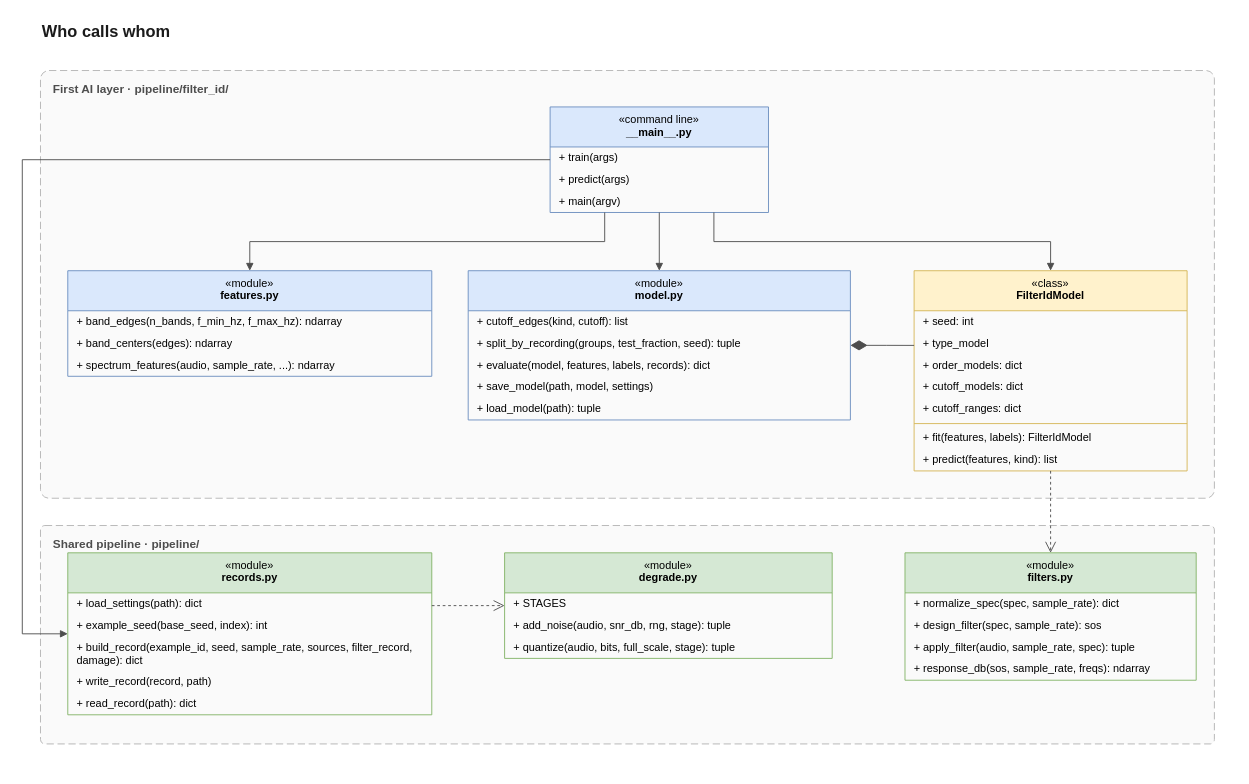
Above: page "1 · Code structure" (1 of 5) of docs/code-map/filter-id-code-map.drawio in Dialovos/fpga-audio-source-classifier (draw.io), before the change. Source tidied: cells renumbered, new cells numbered last; positions are measured from the earlier drawing's top-left corner, leaving out a move shared by most shapes. Both pictures are drawn from the tidied source at 91%, with x=0, y=0 at pixel (22, 15).
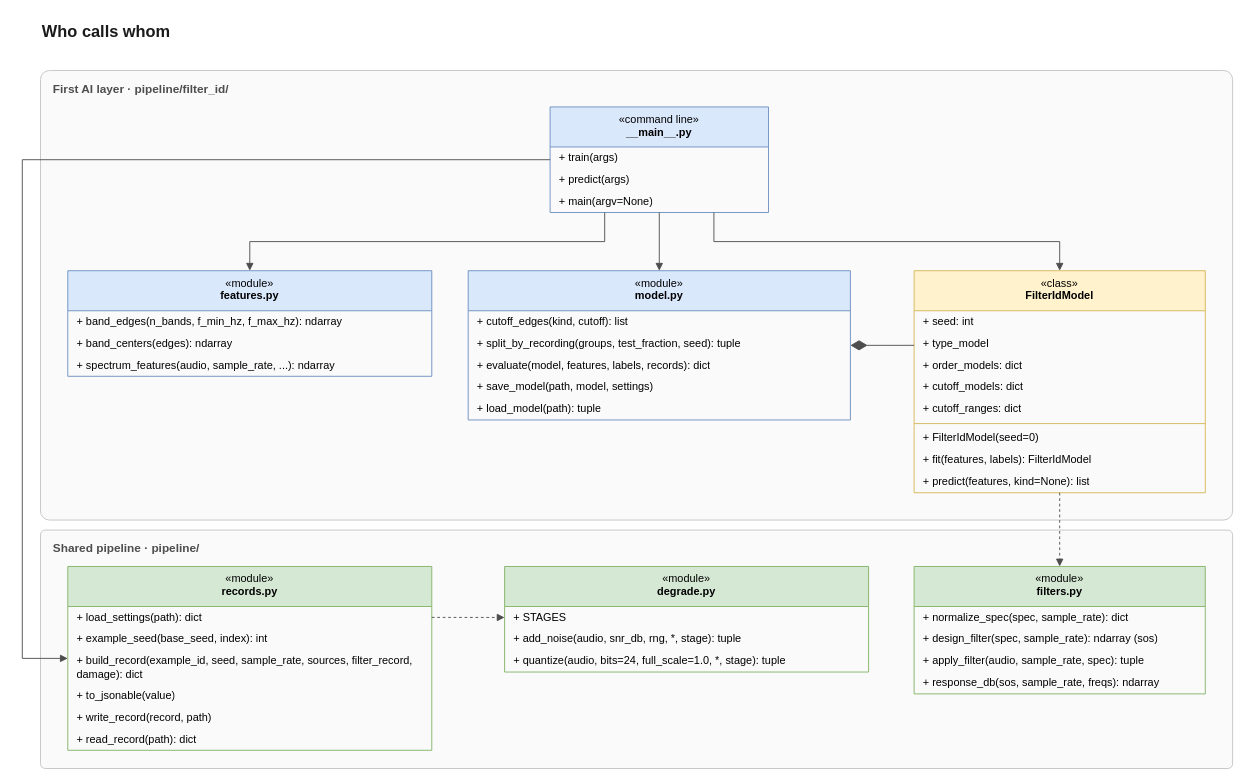
The same page after the edit.

The change refers to these unchanged cells:
```xml
<mxCell id="5" value="«command line»&lt;br&gt;&lt;b&gt;__main__.py&lt;/b&gt;" style="swimlane;fontStyle=0;align=center;verticalAlign=top;horizontal=1;startSize=44;whiteSpace=wrap;html=1;fontSize=12;fillColor=#dae8fc;strokeColor=#6c8ebf;" parent="1" vertex="1">
  <mxGeometry x="580" y="100" width="240" height="116" as="geometry" />
</mxCell>
<mxCell id="9" value="«module»&lt;br&gt;&lt;b&gt;features.py&lt;/b&gt;" style="swimlane;fontStyle=0;align=center;verticalAlign=top;horizontal=1;startSize=44;whiteSpace=wrap;html=1;fontSize=12;fillColor=#dae8fc;strokeColor=#6c8ebf;" parent="1" vertex="1">
  <mxGeometry x="50" y="280" width="400" height="116" as="geometry" />
</mxCell>
<mxCell id="13" value="«module»&lt;br&gt;&lt;b&gt;model.py&lt;/b&gt;" style="swimlane;fontStyle=0;align=center;verticalAlign=top;horizontal=1;startSize=44;whiteSpace=wrap;html=1;fontSize=12;fillColor=#dae8fc;strokeColor=#6c8ebf;" parent="1" vertex="1">
  <mxGeometry x="490" y="280" width="420" height="164" as="geometry" />
</mxCell>
```

What changed in the source:
```diff
@@
-    <mxCell id="3" value="First AI layer  ·  pipeline/filter_id/" style="rounded=1;arcSize=2;whiteSpace=wrap;html=1;dashed=1;dashPattern=8 4;fillColor=#fafafa;strokeColor=#b3b3b3;verticalAlign=top;align=left;spacingLeft=12;spacingTop=6;fontStyle=1;fontSize=13;fontColor=#4d4d4d;" parent="1" vertex="1">
-      <mxGeometry x="20" y="60" width="1290" height="470" as="geometry" />
+    <mxCell id="3" value="First AI layer  ·  pipeline/filter_id/" style="rounded=1;arcSize=2;whiteSpace=wrap;html=1;fillColor=#fafafa;strokeColor=#c4c4c4;verticalAlign=top;align=left;spacingLeft=12;spacingTop=6;fontStyle=1;fontSize=13;fontColor=#4d4d4d;" parent="1" vertex="1">
+      <mxGeometry x="20" y="60" width="1310" height="494" as="geometry" />
     </mxCell>
-    <mxCell id="4" value="Shared pipeline  ·  pipeline/" style="rounded=1;arcSize=2;whiteSpace=wrap;html=1;dashed=1;dashPattern=8 4;fillColor=#fafafa;strokeColor=#b3b3b3;verticalAlign=top;align=left;spacingLeft=12;spacingTop=6;fontStyle=1;fontSize=13;fontColor=#4d4d4d;" parent="1" vertex="1">
-      <mxGeometry x="20" y="560" width="1290" height="240" as="geometry" />
+    <mxCell id="4" value="Shared pipeline  ·  pipeline/" style="rounded=1;arcSize=2;whiteSpace=wrap;html=1;fillColor=#fafafa;strokeColor=#c4c4c4;verticalAlign=top;align=left;spacingLeft=12;spacingTop=6;fontStyle=1;fontSize=13;fontColor=#4d4d4d;" parent="1" vertex="1">
+      <mxGeometry x="20" y="565" width="1310" height="262" as="geometry" />
     </mxCell>
@@
-    <mxCell id="8" value="+ main(argv)" style="text;strokeColor=none;fillColor=none;align=left;verticalAlign=middle;spacingLeft=8;spacingRight=6;overflow=hidden;whiteSpace=wrap;html=1;fontSize=12;" parent="5" vertex="1">
+    <mxCell id="8" value="+ main(argv=None)" style="text;strokeColor=none;fillColor=none;align=left;verticalAlign=middle;spacingLeft=8;spacingRight=6;overflow=hidden;whiteSpace=wrap;html=1;fontSize=12;" parent="5" vertex="1">
       <mxGeometry y="92" width="240" height="24" as="geometry" />
     </mxCell>
@@
     <mxCell id="19" value="«class»&lt;br&gt;&lt;b&gt;FilterIdModel&lt;/b&gt;" style="swimlane;fontStyle=0;align=center;verticalAlign=top;horizontal=1;startSize=44;whiteSpace=wrap;html=1;fontSize=12;fillColor=#fff2cc;strokeColor=#d6b656;" parent="1" vertex="1">
-      <mxGeometry x="980" y="280" width="300" height="220" as="geometry" />
+      <mxGeometry x="980" y="280" width="320" height="244" as="geometry" />
     </mxCell>
     <mxCell id="20" value="+ seed: int" style="text;strokeColor=none;fillColor=none;align=left;verticalAlign=middle;spacingLeft=8;spacingRight=6;overflow=hidden;whiteSpace=wrap;html=1;fontSize=12;" parent="19" vertex="1">
-      <mxGeometry y="44" width="300" height="24" as="geometry" />
+      <mxGeometry y="44" width="320" height="24" as="geometry" />
     </mxCell>
     <mxCell id="21" value="+ type_model" style="text;strokeColor=none;fillColor=none;align=left;verticalAlign=middle;spacingLeft=8;spacingRight=6;overflow=hidden;whiteSpace=wrap;html=1;fontSize=12;" parent="19" vertex="1">
-      <mxGeometry y="68" width="300" height="24" as="geometry" />
+      <mxGeometry y="68" width="320" height="24" as="geometry" />
     </mxCell>
     <mxCell id="22" value="+ order_models: dict" style="text;strokeColor=none;fillColor=none;align=left;verticalAlign=middle;spacingLeft=8;spacingRight=6;overflow=hidden;whiteSpace=wrap;html=1;fontSize=12;" parent="19" vertex="1">
-      <mxGeometry y="92" width="300" height="24" as="geometry" />
+      <mxGeometry y="92" width="320" height="24" as="geometry" />
     </mxCell>
     <mxCell id="23" value="+ cutoff_models: dict" style="text;strokeColor=none;fillColor=none;align=left;verticalAlign=middle;spacingLeft=8;spacingRight=6;overflow=hidden;whiteSpace=wrap;html=1;fontSize=12;" parent="19" vertex="1">
-      <mxGeometry y="116" width="300" height="24" as="geometry" />
+      <mxGeometry y="116" width="320" height="24" as="geometry" />
     </mxCell>
     <mxCell id="24" value="+ cutoff_ranges: dict" style="text;strokeColor=none;fillColor=none;align=left;verticalAlign=middle;spacingLeft=8;spacingRight=6;overflow=hidden;whiteSpace=wrap;html=1;fontSize=12;" parent="19" vertex="1">
-      <mxGeometry y="140" width="300" height="24" as="geometry" />
+      <mxGeometry y="140" width="320" height="24" as="geometry" />
     </mxCell>
     <mxCell id="25" style="line;strokeWidth=1;fillColor=none;align=left;verticalAlign=middle;spacingTop=-1;spacingLeft=3;spacingRight=3;labelPosition=right;strokeColor=inherit;html=1;" parent="19" vertex="1">
-      <mxGeometry y="164" width="300" height="8" as="geometry" />
+      <mxGeometry y="164" width="320" height="8" as="geometry" />
     </mxCell>
-    <mxCell id="26" value="+ fit(features, labels): FilterIdModel" style="text;strokeColor=none;fillColor=none;align=left;verticalAlign=middle;spacingLeft=8;spacingRight=6;overflow=hidden;whiteSpace=wrap;html=1;fontSize=12;" parent="19" vertex="1">
-      <mxGeometry y="172" width="300" height="24" as="geometry" />
+    <mxCell id="26" value="+ FilterIdModel(seed=0)" style="text;strokeColor=none;fillColor=none;align=left;verticalAlign=middle;spacingLeft=8;spacingRight=6;overflow=hidden;whiteSpace=wrap;html=1;fontSize=12;" parent="19" vertex="1">
+      <mxGeometry y="172" width="320" height="24" as="geometry" />
     </mxCell>
-    <mxCell id="27" value="+ predict(features, kind): list" style="text;strokeColor=none;fillColor=none;align=left;verticalAlign=middle;spacingLeft=8;spacingRight=6;overflow=hidden;whiteSpace=wrap;html=1;fontSize=12;" parent="19" vertex="1">
-      <mxGeometry y="196" width="300" height="24" as="geometry" />
+    <mxCell id="27" value="+ fit(features, labels): FilterIdModel" style="text;strokeColor=none;fillColor=none;align=left;verticalAlign=middle;spacingLeft=8;spacingRight=6;overflow=hidden;whiteSpace=wrap;html=1;fontSize=12;" parent="19" vertex="1">
+      <mxGeometry y="196" width="320" height="24" as="geometry" />
     </mxCell>
+    <mxCell id="50" value="+ predict(features, kind=None): list" style="text;strokeColor=none;fillColor=none;align=left;verticalAlign=middle;spacingLeft=8;spacingRight=6;overflow=hidden;whiteSpace=wrap;html=1;fontSize=12;" parent="19" vertex="1">
+      <mxGeometry y="220" width="320" height="24" as="geometry" />
+    </mxCell>
     <mxCell id="28" value="«module»&lt;br&gt;&lt;b&gt;records.py&lt;/b&gt;" style="swimlane;fontStyle=0;align=center;verticalAlign=top;horizontal=1;startSize=44;whiteSpace=wrap;html=1;fontSize=12;fillColor=#d5e8d4;strokeColor=#82b366;" parent="1" vertex="1">
-      <mxGeometry x="50" y="590" width="400" height="178" as="geometry" />
+      <mxGeometry x="50" y="605" width="400" height="202" as="geometry" />
     </mxCell>
@@
-    <mxCell id="32" value="+ write_record(record, path)" style="text;strokeColor=none;fillColor=none;align=left;verticalAlign=middle;spacingLeft=8;spacingRight=6;overflow=hidden;whiteSpace=wrap;html=1;fontSize=12;" parent="28" vertex="1">
+    <mxCell id="32" value="+ to_jsonable(value)" style="text;strokeColor=none;fillColor=none;align=left;verticalAlign=middle;spacingLeft=8;spacingRight=6;overflow=hidden;whiteSpace=wrap;html=1;fontSize=12;" parent="28" vertex="1">
       <mxGeometry y="130" width="400" height="24" as="geometry" />
     </mxCell>
-    <mxCell id="33" value="+ read_record(path): dict" style="text;strokeColor=none;fillColor=none;align=left;verticalAlign=middle;spacingLeft=8;spacingRight=6;overflow=hidden;whiteSpace=wrap;html=1;fontSize=12;" parent="28" vertex="1">
+    <mxCell id="33" value="+ write_record(record, path)" style="text;strokeColor=none;fillColor=none;align=left;verticalAlign=middle;spacingLeft=8;spacingRight=6;overflow=hidden;whiteSpace=wrap;html=1;fontSize=12;" parent="28" vertex="1">
       <mxGeometry y="154" width="400" height="24" as="geometry" />
     </mxCell>
+    <mxCell id="51" value="+ read_record(path): dict" style="text;strokeColor=none;fillColor=none;align=left;verticalAlign=middle;spacingLeft=8;spacingRight=6;overflow=hidden;whiteSpace=wrap;html=1;fontSize=12;" parent="28" vertex="1">
+      <mxGeometry y="178" width="400" height="24" as="geometry" />
+    </mxCell>
     <mxCell id="34" value="«module»&lt;br&gt;&lt;b&gt;degrade.py&lt;/b&gt;" style="swimlane;fontStyle=0;align=center;verticalAlign=top;horizontal=1;startSize=44;whiteSpace=wrap;html=1;fontSize=12;fillColor=#d5e8d4;strokeColor=#82b366;" parent="1" vertex="1">
-      <mxGeometry x="530" y="590" width="360" height="116" as="geometry" />
+      <mxGeometry x="530" y="605" width="400" height="116" as="geometry" />
     </mxCell>
     <mxCell id="35" value="+ STAGES" style="text;strokeColor=none;fillColor=none;align=left;verticalAlign=middle;spacingLeft=8;spacingRight=6;overflow=hidden;whiteSpace=wrap;html=1;fontSize=12;" parent="34" vertex="1">
-      <mxGeometry y="44" width="360" height="24" as="geometry" />
+      <mxGeometry y="44" width="400" height="24" as="geometry" />
     </mxCell>
-    <mxCell id="36" value="+ add_noise(audio, snr_db, rng, stage): tuple" style="text;strokeColor=none;fillColor=none;align=left;verticalAlign=middle;spacingLeft=8;spacingRight=6;overflow=hidden;whiteSpace=wrap;html=1;fontSize=12;" parent="34" vertex="1">
-      <mxGeometry y="68" width="360" height="24" as="geometry" />
+    <mxCell id="36" value="+ add_noise(audio, snr_db, rng, *, stage): tuple" style="text;strokeColor=none;fillColor=none;align=left;verticalAlign=middle;spacingLeft=8;spacingRight=6;overflow=hidden;whiteSpace=wrap;html=1;fontSize=12;" parent="34" vertex="1">
+      <mxGeometry y="68" width="400" height="24" as="geometry" />
     </mxCell>
-    <mxCell id="37" value="+ quantize(audio, bits, full_scale, stage): tuple" style="text;strokeColor=none;fillColor=none;align=left;verticalAlign=middle;spacingLeft=8;spacingRight=6;overflow=hidden;whiteSpace=wrap;html=1;fontSize=12;" parent="34" vertex="1">
-      <mxGeometry y="92" width="360" height="24" as="geometry" />
+    <mxCell id="37" value="+ quantize(audio, bits=24, full_scale=1.0, *, stage): tuple" style="text;strokeColor=none;fillColor=none;align=left;verticalAlign=middle;spacingLeft=8;spacingRight=6;overflow=hidden;whiteSpace=wrap;html=1;fontSize=12;" parent="34" vertex="1">
+      <mxGeometry y="92" width="400" height="24" as="geometry" />
     </mxCell>
     <mxCell id="38" value="«module»&lt;br&gt;&lt;b&gt;filters.py&lt;/b&gt;" style="swimlane;fontStyle=0;align=center;verticalAlign=top;horizontal=1;startSize=44;whiteSpace=wrap;html=1;fontSize=12;fillColor=#d5e8d4;strokeColor=#82b366;" parent="1" vertex="1">
-      <mxGeometry x="970" y="590" width="320" height="140" as="geometry" />
+      <mxGeometry x="980" y="605" width="320" height="140" as="geometry" />
     </mxCell>
@@
-    <mxCell id="40" value="+ design_filter(spec, sample_rate): sos" style="text;strokeColor=none;fillColor=none;align=left;verticalAlign=middle;spacingLeft=8;spacingRight=6;overflow=hidden;whiteSpace=wrap;html=1;fontSize=12;" parent="38" vertex="1">
+    <mxCell id="40" value="+ design_filter(spec, sample_rate): ndarray (sos)" style="text;strokeColor=none;fillColor=none;align=left;verticalAlign=middle;spacingLeft=8;spacingRight=6;overflow=hidden;whiteSpace=wrap;html=1;fontSize=12;" parent="38" vertex="1">
       <mxGeometry y="68" width="320" height="24" as="geometry" />
     </mxCell>
@@
-    <mxCell id="43" style="edgeStyle=orthogonalEdgeStyle;rounded=0;jettySize=auto;html=1;strokeColor=#4d4d4d;fontSize=11;labelBackgroundColor=#ffffff;endArrow=block;endFill=1;exitX=0.25;exitY=1;exitDx=0;exitDy=0;entryX=0.5;entryY=0;entryDx=0;entryDy=0;" parent="1" edge="1" source="5" target="9">
+    <mxCell id="43" style="edgeStyle=orthogonalEdgeStyle;rounded=0;jettySize=auto;html=1;strokeColor=#4d4d4d;fontSize=11;labelBackgroundColor=none;fontStyle=1;endArrow=block;endFill=1;exitX=0.25;exitY=1;exitDx=0;exitDy=0;entryX=0.5;entryY=0;entryDx=0;entryDy=0;" parent="1" edge="1" source="5" target="9">
       <mxGeometry relative="1" as="geometry" />
     </mxCell>
-    <mxCell id="44" style="edgeStyle=orthogonalEdgeStyle;rounded=0;jettySize=auto;html=1;strokeColor=#4d4d4d;fontSize=11;labelBackgroundColor=#ffffff;endArrow=block;endFill=1;exitX=0.5;exitY=1;exitDx=0;exitDy=0;entryX=0.5;entryY=0;entryDx=0;entryDy=0;" parent="1" edge="1" source="5" target="13">
+    <mxCell id="44" style="edgeStyle=orthogonalEdgeStyle;rounded=0;jettySize=auto;html=1;strokeColor=#4d4d4d;fontSize=11;labelBackgroundColor=none;fontStyle=1;endArrow=block;endFill=1;exitX=0.5;exitY=1;exitDx=0;exitDy=0;entryX=0.5;entryY=0;entryDx=0;entryDy=0;" parent="1" edge="1" source="5" target="13">
       <mxGeometry relative="1" as="geometry" />
     </mxCell>
-    <mxCell id="45" style="edgeStyle=orthogonalEdgeStyle;rounded=0;jettySize=auto;html=1;strokeColor=#4d4d4d;fontSize=11;labelBackgroundColor=#ffffff;endArrow=block;endFill=1;exitX=0.75;exitY=1;exitDx=0;exitDy=0;entryX=0.5;entryY=0;entryDx=0;entryDy=0;" parent="1" edge="1" source="5" target="19">
+    <mxCell id="45" style="edgeStyle=orthogonalEdgeStyle;rounded=0;jettySize=auto;html=1;strokeColor=#4d4d4d;fontSize=11;labelBackgroundColor=none;fontStyle=1;endArrow=block;endFill=1;exitX=0.75;exitY=1;exitDx=0;exitDy=0;entryX=0.5;entryY=0;entryDx=0;entryDy=0;" parent="1" edge="1" source="5" target="19">
       <mxGeometry relative="1" as="geometry" />
     </mxCell>
-    <mxCell id="46" style="edgeStyle=orthogonalEdgeStyle;rounded=0;jettySize=auto;html=1;strokeColor=#4d4d4d;fontSize=11;labelBackgroundColor=#ffffff;endArrow=block;endFill=1;exitX=0;exitY=0.5;exitDx=0;exitDy=0;entryX=0;entryY=0.5;entryDx=0;entryDy=0;" parent="1" edge="1" source="5" target="28">
+    <mxCell id="46" style="edgeStyle=orthogonalEdgeStyle;rounded=0;jettySize=auto;html=1;strokeColor=#4d4d4d;fontSize=11;labelBackgroundColor=none;fontStyle=1;endArrow=block;endFill=1;exitX=0;exitY=0.5;exitDx=0;exitDy=0;entryX=0;entryY=0.5;entryDx=0;entryDy=0;" parent="1" edge="1" source="5" target="28">
       <mxGeometry relative="1" as="geometry">
         <Array as="points">
           <mxPoint y="158" />
-          <mxPoint y="679" />
+          <mxPoint y="706" />
         </Array>
       </mxGeometry>
     </mxCell>
-    <mxCell id="47" style="edgeStyle=orthogonalEdgeStyle;rounded=0;jettySize=auto;html=1;strokeColor=#4d4d4d;fontSize=11;labelBackgroundColor=#ffffff;startArrow=diamondThin;startFill=1;startSize=16;endArrow=none;exitX=1;exitY=0.5;exitDx=0;exitDy=0;entryX=0;entryY=0.373;entryDx=0;entryDy=0;" parent="1" edge="1" source="13" target="19">
+    <mxCell id="47" style="edgeStyle=orthogonalEdgeStyle;rounded=0;jettySize=auto;html=1;strokeColor=#4d4d4d;fontSize=11;labelBackgroundColor=none;fontStyle=1;startArrow=diamondThin;startFill=1;startSize=16;endArrow=none;exitX=1;exitY=0.5;exitDx=0;exitDy=0;entryX=0;entryY=0.336;entryDx=0;entryDy=0;" parent="1" edge="1" source="13" target="19">
       <mxGeometry relative="1" as="geometry" />
     </mxCell>
-    <mxCell id="48" style="edgeStyle=orthogonalEdgeStyle;rounded=0;jettySize=auto;html=1;strokeColor=#4d4d4d;fontSize=11;labelBackgroundColor=#ffffff;dashed=1;endArrow=open;endFill=0;endSize=10;exitX=1;exitY=0.326;exitDx=0;exitDy=0;entryX=0;entryY=0.5;entryDx=0;entryDy=0;" parent="1" edge="1" source="28" target="34">
+    <mxCell id="48" style="edgeStyle=orthogonalEdgeStyle;rounded=0;jettySize=auto;html=1;strokeColor=#4d4d4d;fontSize=11;labelBackgroundColor=none;fontStyle=1;dashed=1;endArrow=block;endFill=1;exitX=1;exitY=0.277;exitDx=0;exitDy=0;entryX=0;entryY=0.483;entryDx=0;entryDy=0;" parent="1" edge="1" source="28" target="34">
       <mxGeometry relative="1" as="geometry" />
     </mxCell>
-    <mxCell id="49" style="edgeStyle=orthogonalEdgeStyle;rounded=0;jettySize=auto;html=1;strokeColor=#4d4d4d;fontSize=11;labelBackgroundColor=#ffffff;dashed=1;endArrow=open;endFill=0;endSize=10;exitX=0.5;exitY=1;exitDx=0;exitDy=0;entryX=0.5;entryY=0;entryDx=0;entryDy=0;" parent="1" edge="1" source="19" target="38">
+    <mxCell id="49" style="edgeStyle=orthogonalEdgeStyle;rounded=0;jettySize=auto;html=1;strokeColor=#4d4d4d;fontSize=11;labelBackgroundColor=none;fontStyle=1;dashed=1;endArrow=block;endFill=1;exitX=0.5;exitY=1;exitDx=0;exitDy=0;entryX=0.5;entryY=0;entryDx=0;entryDy=0;" parent="1" edge="1" source="19" target="38">
       <mxGeometry relative="1" as="geometry" />
     </mxCell>
```
